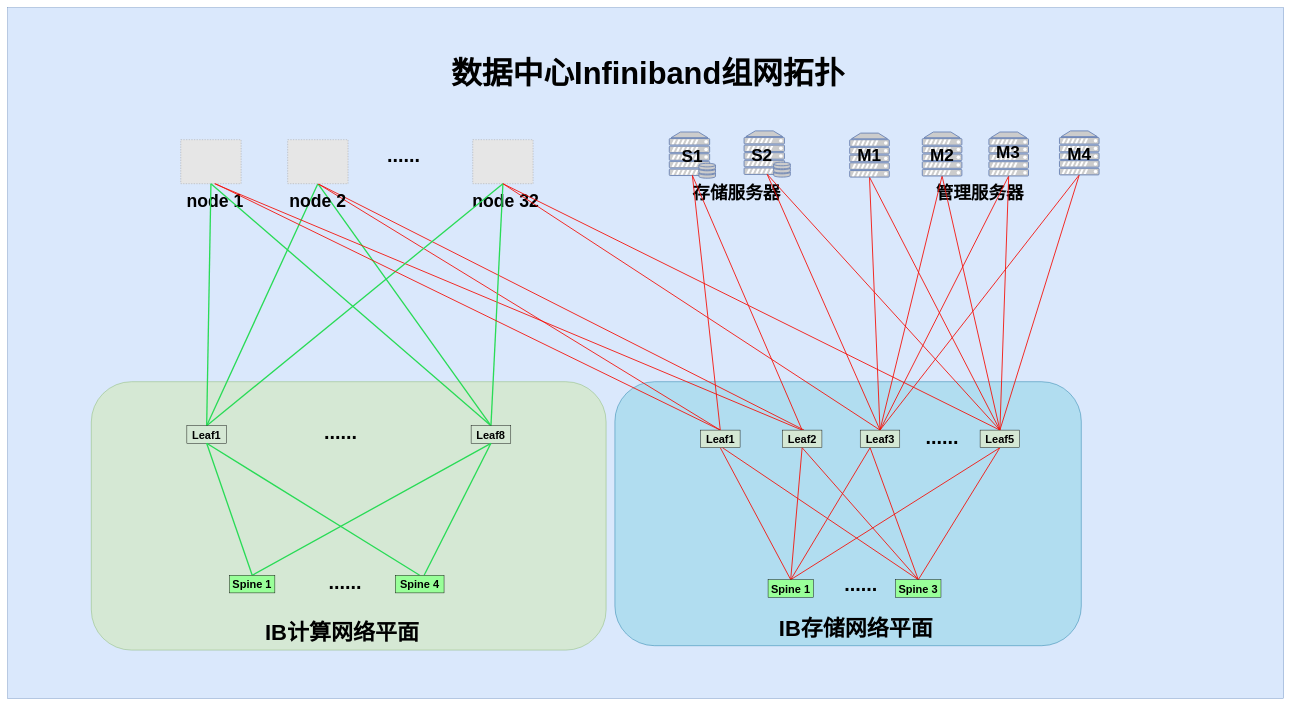
Before: fuzhou数据中心组网-32nodes-IB组网V1.0-0101.drawio in hel-2000/network-draw, a draw.io diagram. Source tidied: cells renumbered, new cells numbered last; positions are measured from the earlier drawing's top-left corner, leaving out a move shared by most shapes. Both pictures are drawn from the tidied source at 44%, with x=0, y=0 at pixel (7, 7). Pictures stored in the file or linked from it are replaced by grey dashed boxes.
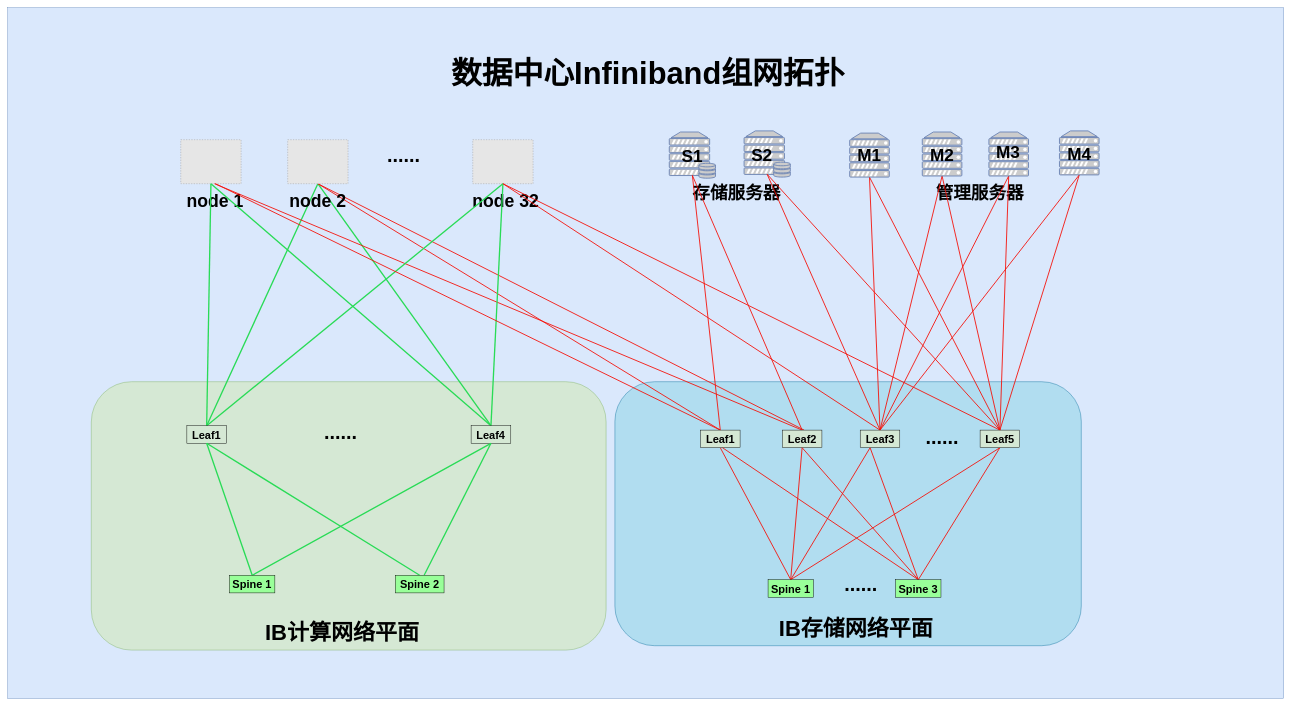
The same page after the edit.

Commit message:
更新fuzhou数据中心组网-32nodes-IB组网V1.0-0101.drawio

What changed in the source:
```diff
@@
-    <mxCell id="31" value="&lt;b style=&quot;&quot;&gt;&lt;font style=&quot;&quot;&gt;&lt;font style=&quot;font-size: 25px;&quot;&gt;Leaf8&lt;/font&gt;&lt;br&gt;&lt;/font&gt;&lt;/b&gt;" style="rounded=0;whiteSpace=wrap;html=1;fillColor=#D5E8D4;" parent="1" vertex="1">
+    <mxCell id="31" value="&lt;b style=&quot;&quot;&gt;&lt;font style=&quot;&quot;&gt;&lt;font style=&quot;font-size: 25px;&quot;&gt;Leaf4&lt;/font&gt;&lt;br&gt;&lt;/font&gt;&lt;/b&gt;" style="rounded=0;whiteSpace=wrap;html=1;fillColor=#D5E8D4;" parent="1" vertex="1">
       <mxGeometry x="1053.2" y="950" width="90.2" height="40" as="geometry" />
     </mxCell>
@@
-    <mxCell id="37" value="&lt;b&gt;&lt;font style=&quot;font-size: 25px;&quot;&gt;Spine 4&lt;/font&gt;&lt;/b&gt;" style="rounded=0;whiteSpace=wrap;html=1;fillColor=#99FF99;" parent="1" vertex="1">
+    <mxCell id="37" value="&lt;b&gt;&lt;font style=&quot;font-size: 25px;&quot;&gt;Spine 2&lt;/font&gt;&lt;/b&gt;" style="rounded=0;whiteSpace=wrap;html=1;fillColor=#99FF99;" parent="1" vertex="1">
       <mxGeometry x="880.9" y="1290" width="110.8" height="40" as="geometry" />
     </mxCell>
@@
-    <mxCell id="41" value="&lt;font size=&quot;1&quot; style=&quot;&quot;&gt;&lt;b style=&quot;font-size: 45px;&quot;&gt;...&lt;/b&gt;&lt;/font&gt;&lt;b style=&quot;border-color: var(--border-color); font-size: 45px;&quot;&gt;...&lt;/b&gt;" style="text;strokeColor=none;align=center;fillColor=none;html=1;verticalAlign=middle;whiteSpace=wrap;rounded=0;" parent="1" vertex="1">
-      <mxGeometry x="707.2" y="1290" width="120" height="30" as="geometry" />
-    </mxCell>
```
